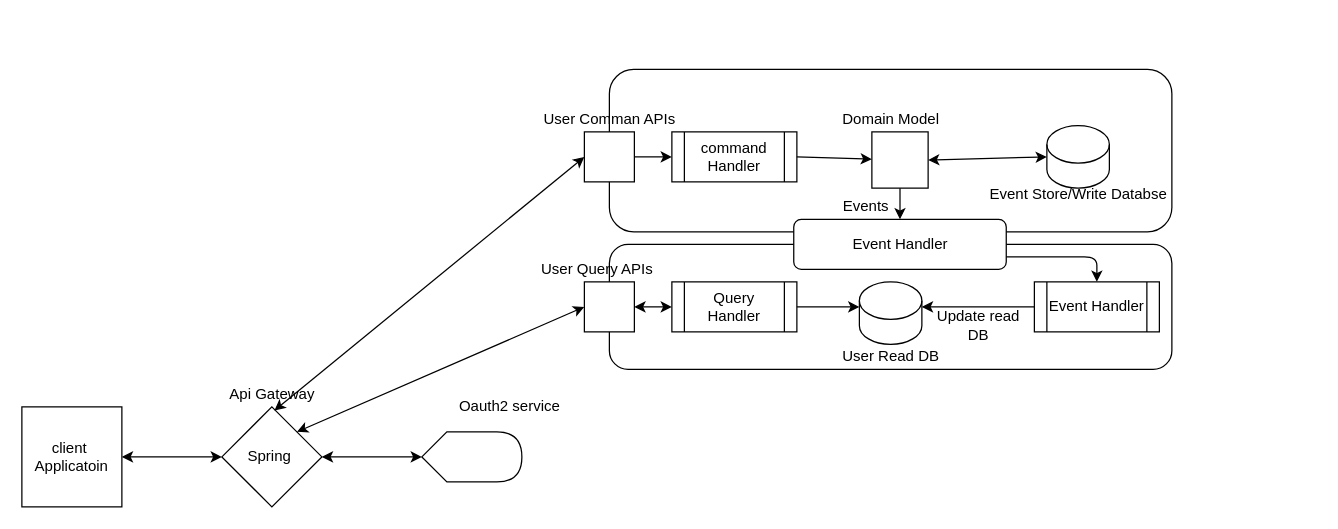
jaskirat13/CQRS keeps this draw.io diagram as Untitled Diagram.drawio. Above is the earlier version. Source tidied: cells renumbered, new cells numbered last; positions are measured from the earlier drawing's top-left corner, leaving out a move shared by most shapes. Both pictures are drawn from the tidied source at 125%, with x=0, y=0 at pixel (21, 69).
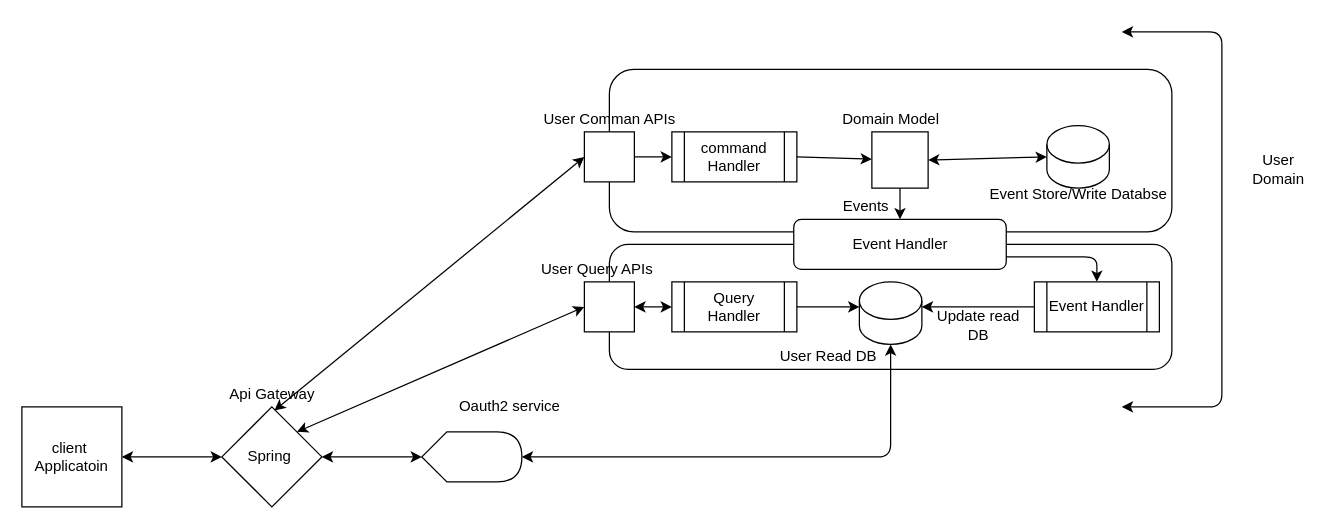
The same page after the edit.

Commit message:
CQRS- Microservice Archtecture

Unchanged cells that the change refers to:
```xml
<mxCell id="18" style="shape=display;whiteSpace=wrap;html=1;" parent="1" vertex="1">
  <mxGeometry x="320" y="290" width="80" height="40" as="geometry" />
</mxCell>
```

What changed in the source:
```diff
@@
     <mxCell id="33" value="User Read DB" style="text;html=1;align=center;verticalAlign=middle;strokeColor=none;" parent="1" vertex="1">
-      <mxGeometry x="650" y="220" width="90" height="20" as="geometry" />
+      <mxGeometry x="600" y="220" width="90" height="20" as="geometry" />
     </mxCell>
@@
+    <mxCell id="37" style="endArrow=classic;startArrow=classic;html=1;exitX=1;exitY=0.5;exitDx=0;exitDy=0;exitPerimeter=0;" parent="1" edge="1" source="18">
+      <mxGeometry relative="1" as="geometry">
+        <mxPoint x="695" y="220" as="targetPoint" />
+        <Array as="points">
+          <mxPoint x="695" y="310" />
+        </Array>
+      </mxGeometry>
+    </mxCell>
+    <mxCell id="38" style="endArrow=classic;startArrow=classic;html=1;" parent="1" edge="1">
+      <mxGeometry relative="1" as="geometry">
+        <mxPoint x="880" y="270" as="sourcePoint" />
+        <mxPoint x="880" y="-30" as="targetPoint" />
+        <Array as="points">
+          <mxPoint x="960" y="270" />
+          <mxPoint x="960" y="-30" />
+        </Array>
+      </mxGeometry>
+    </mxCell>
+    <mxCell id="39" value="User &lt;br&gt;Domain" style="text;html=1;align=center;verticalAlign=middle;strokeColor=none;" parent="1" vertex="1">
+      <mxGeometry x="975" y="65" width="60" height="30" as="geometry" />
+    </mxCell>
```
